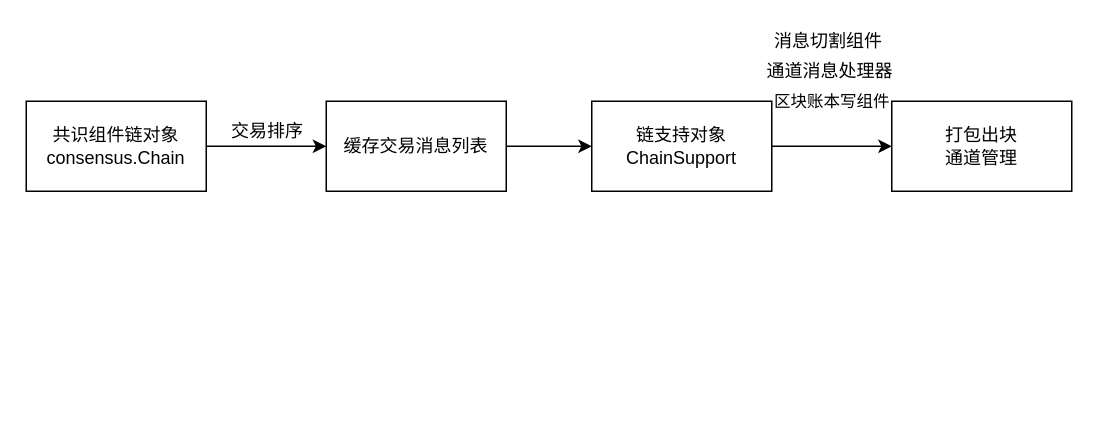
OopsL/Fabric- keeps this draw.io diagram as Orderer/共识组件链对象(consensus.Chain).drawio. Above is the earlier version. Source tidied: cells renumbered, new cells numbered last; positions are measured from the earlier drawing's top-left corner, leaving out a move shared by most shapes. Both pictures are drawn from the tidied source at 150%, with x=0, y=0 at pixel (26, 26).
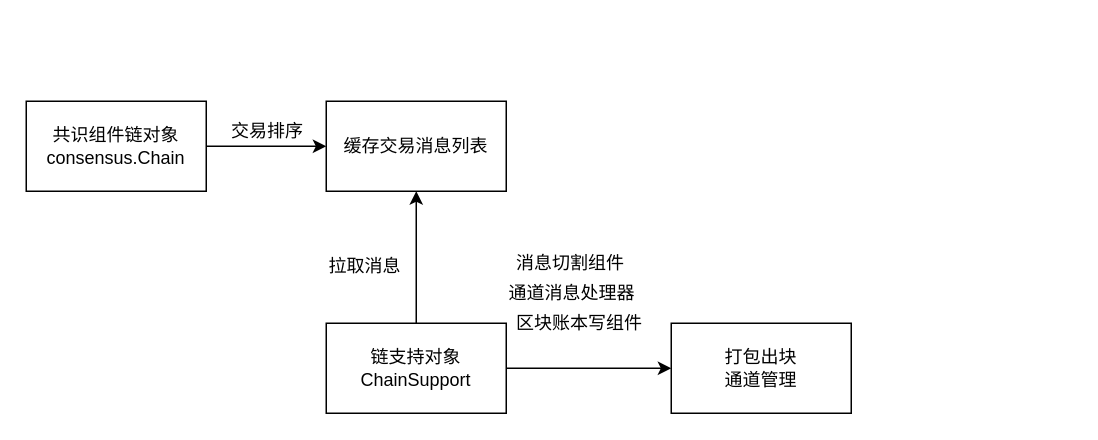
The same diagram, later.

Commit message (it also covers changes not shown here):
Update 共识组件链对象(consensus.Chain).drawio

What changed in the source:
```diff
@@
 <mxGraphModel>
   <root>
     <mxCell id="0" />
     <mxCell id="1" parent="0" />
     <mxCell id="2" style="edgeStyle=orthogonalEdgeStyle;rounded=0;jettySize=auto;html=1;" parent="1" edge="1" source="3" target="5">
       <mxGeometry relative="1" as="geometry" />
     </mxCell>
     <mxCell id="3" value="共识组件链对象&lt;br&gt;consensus.Chain" style="rounded=0;whiteSpace=wrap;html=1;" parent="1" vertex="1">
       <mxGeometry y="50" width="120" height="60" as="geometry" />
     </mxCell>
-    <mxCell id="4" style="edgeStyle=orthogonalEdgeStyle;rounded=0;jettySize=auto;html=1;" parent="1" edge="1" source="5" target="7">
-      <mxGeometry relative="1" as="geometry" />
-    </mxCell>
     <mxCell id="5" value="缓存交易消息列表" style="rounded=0;whiteSpace=wrap;html=1;" parent="1" vertex="1">
       <mxGeometry x="200" y="50" width="120" height="60" as="geometry" />
     </mxCell>
     <mxCell id="6" style="edgeStyle=orthogonalEdgeStyle;rounded=0;jettySize=auto;html=1;" parent="1" edge="1" source="7" target="8">
       <mxGeometry relative="1" as="geometry" />
     </mxCell>
+    <mxCell id="13" style="edgeStyle=orthogonalEdgeStyle;rounded=0;jettySize=auto;html=1;exitX=0.5;exitY=0;exitDx=0;exitDy=0;entryX=0.5;entryY=1;entryDx=0;entryDy=0;" parent="1" edge="1" source="7" target="5">
+      <mxGeometry relative="1" as="geometry" />
+    </mxCell>
     <mxCell id="7" value="链支持对象&lt;br&gt;ChainSupport" style="rounded=0;whiteSpace=wrap;html=1;" parent="1" vertex="1">
-      <mxGeometry x="377" y="50" width="120" height="60" as="geometry" />
+      <mxGeometry x="200" y="198" width="120" height="60" as="geometry" />
     </mxCell>
     <mxCell id="8" value="打包出块&lt;br&gt;通道管理" style="rounded=0;whiteSpace=wrap;html=1;" parent="1" vertex="1">
-      <mxGeometry x="577" y="50" width="120" height="60" as="geometry" />
+      <mxGeometry x="430" y="198" width="120" height="60" as="geometry" />
     </mxCell>
     <mxCell id="9" value="交易排序" style="text;html=1;align=left;verticalAlign=top;spacingTop=-4;" parent="1" vertex="1">
       <mxGeometry x="135" y="60" width="60" height="20" as="geometry" />
     </mxCell>
     <mxCell id="10" value="消息切割组件" style="text;html=1;align=left;verticalAlign=top;spacingTop=-4;" parent="1" vertex="1">
-      <mxGeometry x="497" width="90" height="20" as="geometry" />
+      <mxGeometry x="325" y="148" width="90" height="20" as="geometry" />
     </mxCell>
     <mxCell id="11" value="通道消息处理器" style="text;html=1;align=left;verticalAlign=top;spacingTop=-4;" parent="1" vertex="1">
-      <mxGeometry x="492" y="20" width="100" height="20" as="geometry" />
+      <mxGeometry x="320" y="168" width="100" height="20" as="geometry" />
     </mxCell>
-    <mxCell id="12" value="&lt;font style=&quot;font-size: 11px&quot;&gt;区块账本写组件&lt;/font&gt;" style="text;html=1;align=left;verticalAlign=top;spacingTop=-4;" parent="1" vertex="1">
-      <mxGeometry x="497" y="40" width="90" height="20" as="geometry" />
+    <mxCell id="12" value="&lt;font style=&quot;font-size: 12px&quot;&gt;区块账本写组件&lt;/font&gt;" style="text;html=1;align=left;verticalAlign=top;spacingTop=-4;" parent="1" vertex="1">
+      <mxGeometry x="325" y="188" width="100" height="20" as="geometry" />
     </mxCell>
+    <mxCell id="14" value="拉取消息" style="text;html=1;align=left;verticalAlign=top;spacingTop=-4;" parent="1" vertex="1">
+      <mxGeometry x="200" y="150" width="60" height="20" as="geometry" />
+    </mxCell>
   </root>
 </mxGraphModel>
```
